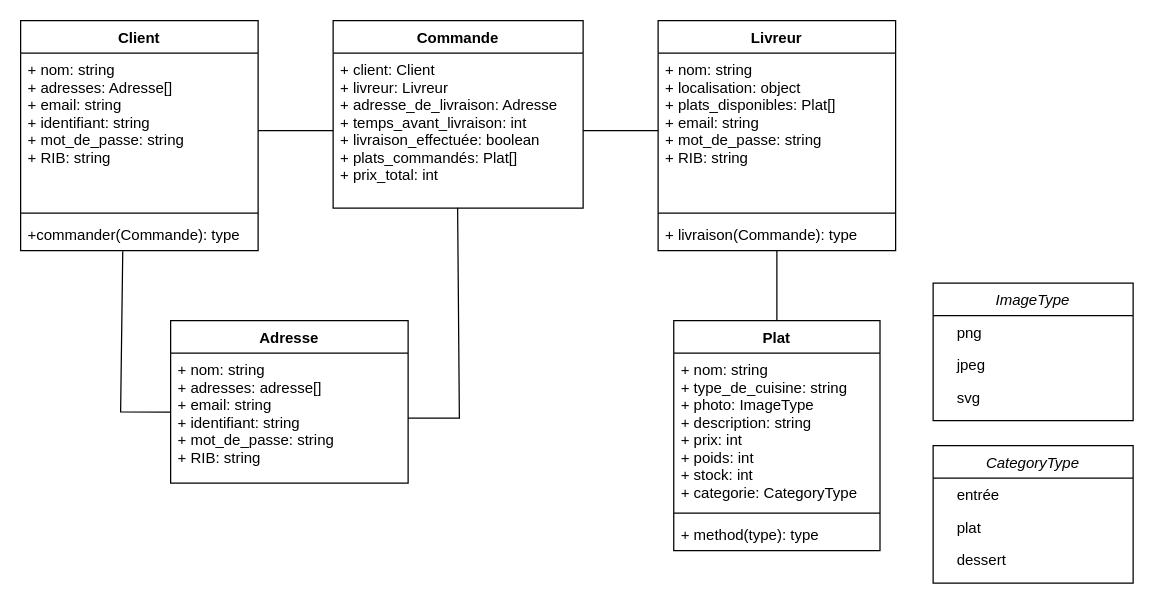
Above: Class_Diagram.drawio in TheoBernard97/ExpressFood (draw.io), before the change. Source tidied: cells renumbered, new cells numbered last; positions are measured from the earlier drawing's top-left corner, leaving out a move shared by most shapes. Both pictures are drawn from the tidied source at 125%, with x=0, y=0 at pixel (20, 20).
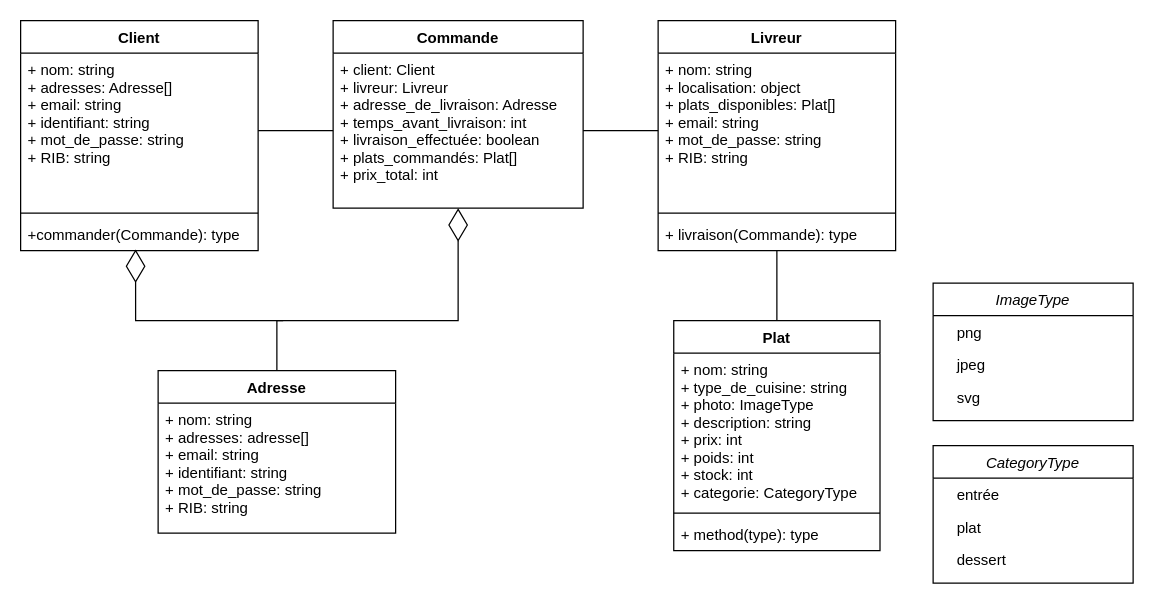
The same diagram, later.

Commit message:
Fix Class Diagram

The change refers to these unchanged cells:
```xml
<mxCell id="5" value="+commander(Commande): type" style="text;strokeColor=none;fillColor=none;align=left;verticalAlign=top;spacingLeft=4;spacingRight=4;overflow=hidden;points=[[0,0.5],[1,0.5]];portConstraint=eastwest;" parent="2" vertex="1">
  <mxGeometry y="158" width="190" height="26" as="geometry" />
</mxCell>
<mxCell id="23" value="+ client: Client&#10;+ livreur: Livreur&#10;+ adresse_de_livraison: Adresse&#10;+ temps_avant_livraison: int&#10;+ livraison_effectuée: boolean&#10;+ plats_commandés: Plat[]&#10;+ prix_total: int" style="text;strokeColor=none;fillColor=none;align=left;verticalAlign=top;spacingLeft=4;spacingRight=4;overflow=hidden;points=[[0,0.5],[1,0.5]];portConstraint=eastwest;" parent="22" vertex="1">
  <mxGeometry y="26" width="200" height="124" as="geometry" />
</mxCell>
<mxCell id="26" value="+ nom: string&#10;+ adresses: adresse[]&#10;+ email: string&#10;+ identifiant: string&#10;+ mot_de_passe: string&#10;+ RIB: string" style="text;strokeColor=none;fillColor=none;align=left;verticalAlign=top;spacingLeft=4;spacingRight=4;overflow=hidden;points=[[0,0.5],[1,0.5]];portConstraint=eastwest;" parent="25" vertex="1">
  <mxGeometry y="26" width="190" height="104" as="geometry" />
</mxCell>
```

Change to the diagram source:
```diff
@@
     <mxCell id="25" value="Adresse" style="swimlane;fontStyle=1;align=center;verticalAlign=top;horizontal=1;startSize=26;" parent="1" vertex="1">
-      <mxGeometry x="120" y="240" width="190" height="130" as="geometry" />
+      <mxGeometry x="110" y="280" width="190" height="130" as="geometry" />
     </mxCell>
@@
-    <mxCell id="29" style="endArrow=none;html=1;rounded=0;exitX=1;exitY=0.5;exitDx=0;exitDy=0;entryX=0.498;entryY=0.997;entryDx=0;entryDy=0;entryPerimeter=0;" parent="1" edge="1" source="26" target="23">
-      <mxGeometry relative="1" as="geometry">
-        <Array as="points">
-          <mxPoint x="351" y="318" />
-        </Array>
-      </mxGeometry>
-    </mxCell>
-    <mxCell id="30" style="endArrow=none;html=1;rounded=0;exitX=0;exitY=0.453;exitDx=0;exitDy=0;exitPerimeter=0;entryX=0.43;entryY=1.017;entryDx=0;entryDy=0;entryPerimeter=0;" parent="1" edge="1" source="26" target="5">
-      <mxGeometry relative="1" as="geometry">
-        <Array as="points">
-          <mxPoint x="80" y="313" />
-        </Array>
-      </mxGeometry>
-    </mxCell>
+    <mxCell id="31" style="endArrow=diamondThin;endFill=0;endSize=24;html=1;rounded=0;exitX=0.5;exitY=0;exitDx=0;exitDy=0;" parent="1" edge="1" source="25">
+      <mxGeometry relative="1" as="geometry">
+        <mxPoint x="350" y="150" as="targetPoint" />
+        <Array as="points">
+          <mxPoint x="205" y="240" />
+          <mxPoint x="350" y="240" />
+        </Array>
+      </mxGeometry>
+    </mxCell>
+    <mxCell id="32" style="endArrow=diamondThin;endFill=0;endSize=24;html=1;rounded=0;entryX=0.484;entryY=0.962;entryDx=0;entryDy=0;entryPerimeter=0;" parent="1" edge="1" target="5">
+      <mxGeometry relative="1" as="geometry">
+        <mxPoint x="210" y="240" as="sourcePoint" />
+        <Array as="points">
+          <mxPoint x="210" y="240" />
+          <mxPoint x="92" y="240" />
+        </Array>
+      </mxGeometry>
+    </mxCell>
```
